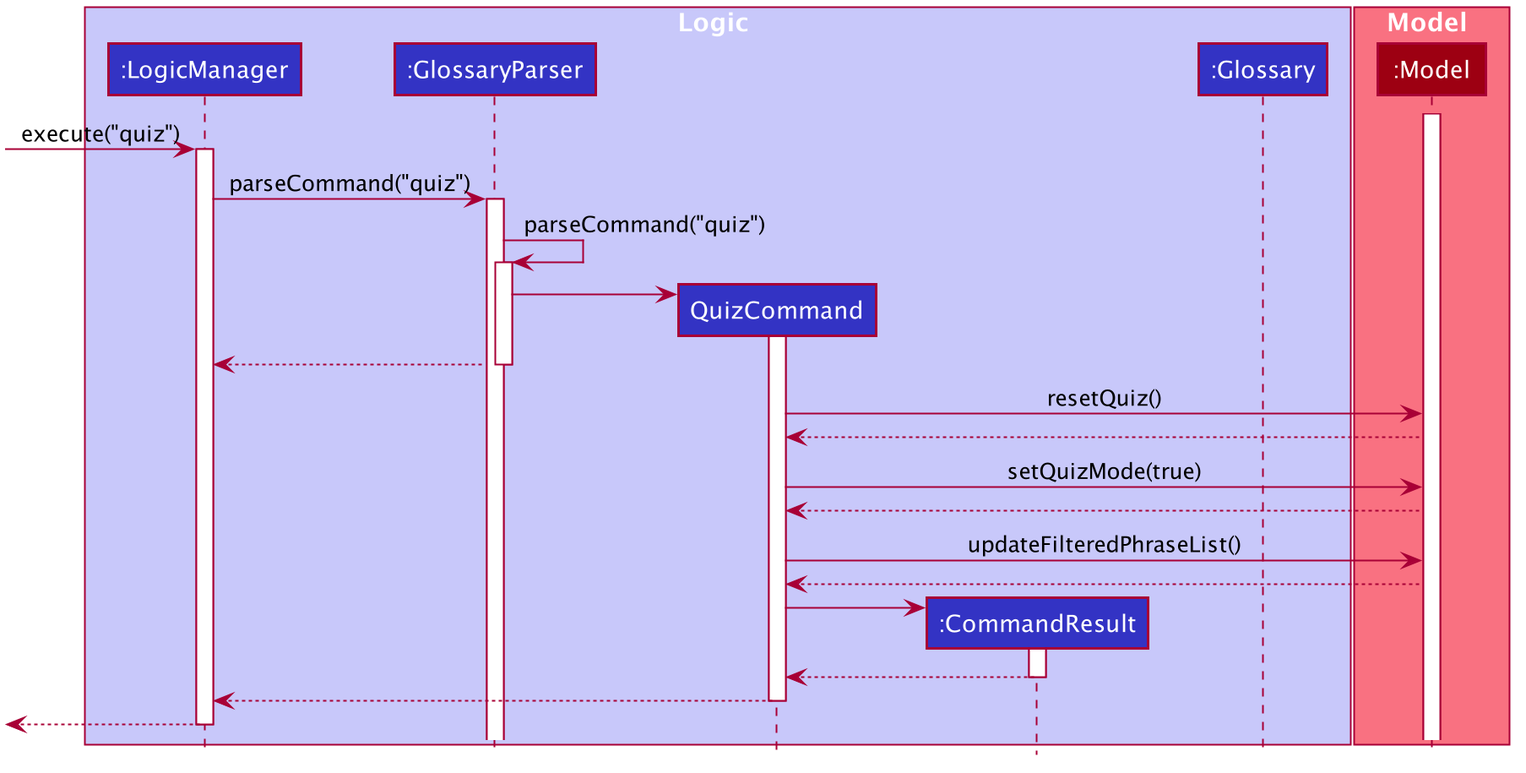
Earlier version of the PlantUML export docs/images/QuizCommandSequenceDiagram.png (zhizhizhizhizhi/tp).
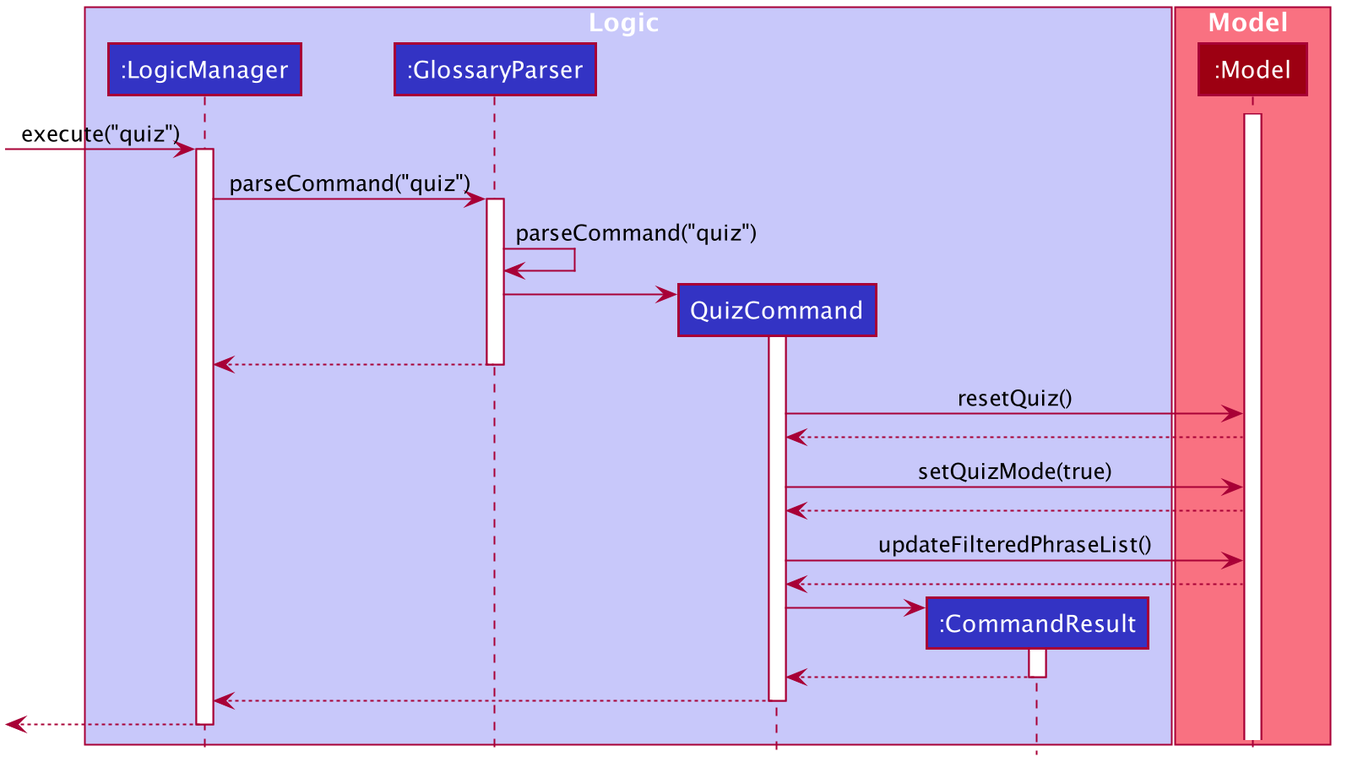
After the change.

Change to the diagram source:
```diff
@@ -53,7 +53,6 @@
 participant ":GlossaryParser" as GlossaryParser #3333C4
 participant "QuizCommand" as QuizCommand #3333C4
 participant ":CommandResult" as CommandResult #3333C4
-participant ":Glossary" as Glossary #3333C4
 end box
 
 box Model #F97181
@@ -69,7 +68,6 @@
 activate GlossaryParser
 
 GlossaryParser -> GlossaryParser : parseCommand("quiz")
-activate GlossaryParser
 
 create QuizCommand
 GlossaryParser -> QuizCommand
```
